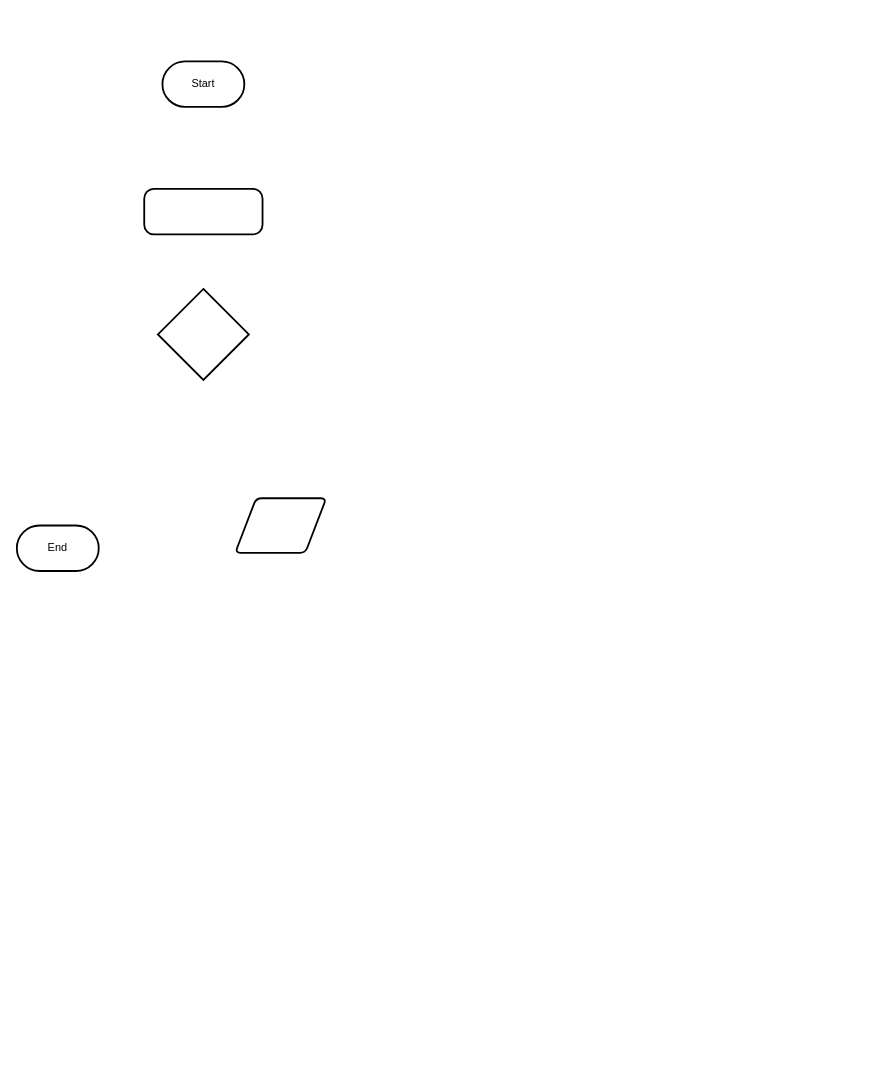
Above: design/Flowchart.drawio in Mikael-Amare/ICS4U-Unit3-05-MagicSquares (draw.io), before the change. Source tidied: cells renumbered, new cells numbered last; positions are measured from the earlier drawing's top-left corner, leaving out a move shared by most shapes. Both pictures are drawn from the tidied source at 91%, with x=0, y=0 at pixel (16, 61).
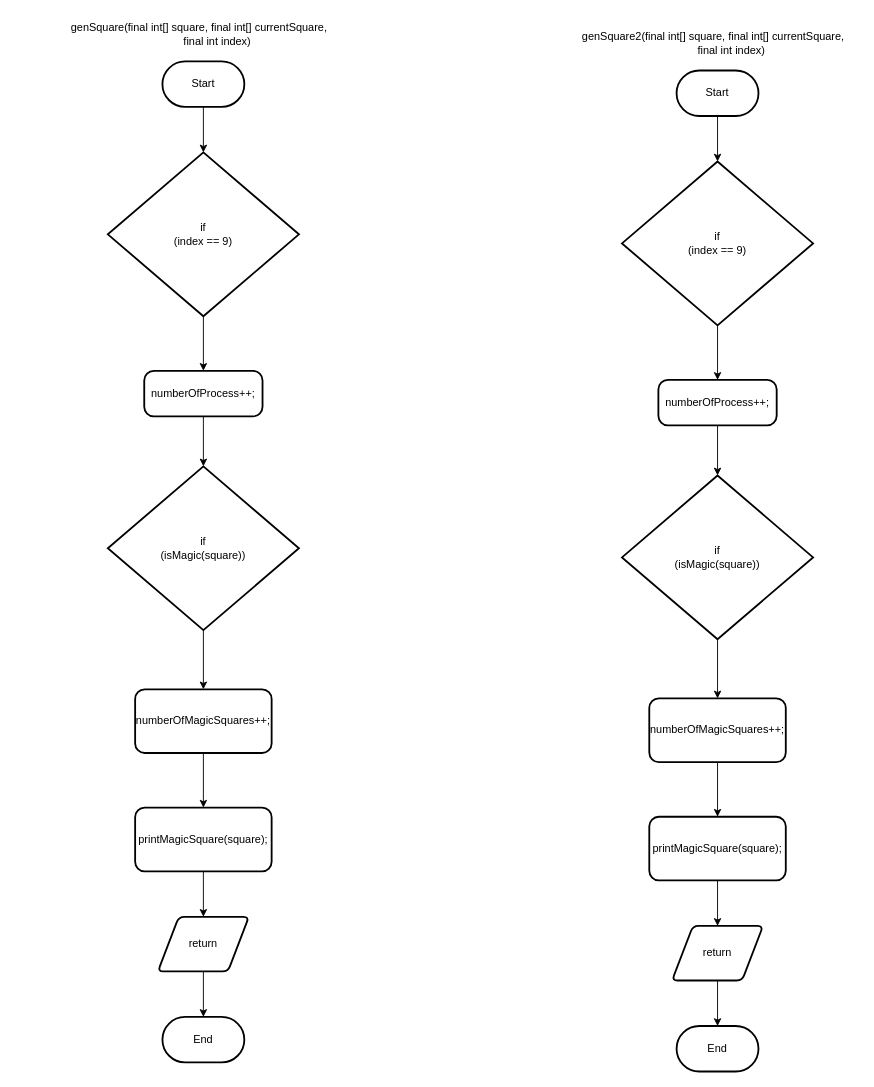
The same page after the edit.

Unchanged cells that the change refers to:
```xml
<mxCell id="3" value="Start" style="rounded=1;whiteSpace=wrap;html=1;absoluteArcSize=1;arcSize=100;strokeWidth=2;" parent="1" vertex="1">
  <mxGeometry x="160" width="90" height="50" as="geometry" />
</mxCell>
```

Diff of the diagram source:
```diff
@@
+    <mxCell id="7" style="edgeStyle=none;html=1;" parent="1" edge="1" source="2" target="5">
+      <mxGeometry relative="1" as="geometry" />
+    </mxCell>
-    <mxCell id="2" style="shape=parallelogram;html=1;strokeWidth=2;perimeter=parallelogramPerimeter;whiteSpace=wrap;rounded=1;arcSize=12;size=0.23;" parent="1" vertex="1">
-      <mxGeometry x="240" y="480" width="100" height="60" as="geometry" />
+    <mxCell id="2" value="return" style="shape=parallelogram;html=1;strokeWidth=2;perimeter=parallelogramPerimeter;whiteSpace=wrap;rounded=1;arcSize=12;size=0.23;" parent="1" vertex="1">
+      <mxGeometry x="155" y="940" width="100" height="60" as="geometry" />
     </mxCell>
+    <mxCell id="8" style="edgeStyle=none;html=1;" parent="1" edge="1" source="3" target="4">
+      <mxGeometry relative="1" as="geometry" />
+    </mxCell>
@@
+    <mxCell id="9" style="edgeStyle=none;html=1;" parent="1" edge="1" source="4" target="6">
+      <mxGeometry relative="1" as="geometry" />
+    </mxCell>
-    <mxCell id="4" style="strokeWidth=2;html=1;shape=mxgraph.flowchart.decision;whiteSpace=wrap;" parent="1" vertex="1">
-      <mxGeometry x="155" y="250" width="100" height="100" as="geometry" />
+    <mxCell id="4" value="if &lt;br&gt;(index == 9)" style="strokeWidth=2;html=1;shape=mxgraph.flowchart.decision;whiteSpace=wrap;" parent="1" vertex="1">
+      <mxGeometry x="100" y="100" width="210" height="180" as="geometry" />
     </mxCell>
     <mxCell id="5" value="End" style="rounded=1;whiteSpace=wrap;html=1;absoluteArcSize=1;arcSize=100;strokeWidth=2;" parent="1" vertex="1">
-      <mxGeometry y="510" width="90" height="50" as="geometry" />
+      <mxGeometry x="160" y="1050" width="90" height="50" as="geometry" />
     </mxCell>
+    <mxCell id="10" style="edgeStyle=none;html=1;" parent="1" edge="1" source="6" target="14">
+      <mxGeometry relative="1" as="geometry" />
+    </mxCell>
-    <mxCell id="6" style="rounded=1;whiteSpace=wrap;html=1;absoluteArcSize=1;arcSize=21;strokeWidth=2;" parent="1" vertex="1">
-      <mxGeometry x="140" y="140" width="130" height="50" as="geometry" />
+    <mxCell id="6" value="numberOfProcess++;" style="rounded=1;whiteSpace=wrap;html=1;absoluteArcSize=1;arcSize=21;strokeWidth=2;" parent="1" vertex="1">
+      <mxGeometry x="140" y="340" width="130" height="50" as="geometry" />
     </mxCell>
+    <mxCell id="11" style="edgeStyle=none;html=1;" parent="1" edge="1" source="12" target="16">
+      <mxGeometry relative="1" as="geometry" />
+    </mxCell>
+    <mxCell id="12" value="numberOfMagicSquares++;" style="rounded=1;whiteSpace=wrap;html=1;absoluteArcSize=1;arcSize=21;strokeWidth=2;" parent="1" vertex="1">
+      <mxGeometry x="130" y="690" width="150" height="70" as="geometry" />
+    </mxCell>
+    <mxCell id="13" style="edgeStyle=none;html=1;" parent="1" edge="1" source="14" target="12">
+      <mxGeometry relative="1" as="geometry" />
+    </mxCell>
+    <mxCell id="14" value="if &lt;br&gt;(isMagic(square))" style="strokeWidth=2;html=1;shape=mxgraph.flowchart.decision;whiteSpace=wrap;" parent="1" vertex="1">
+      <mxGeometry x="100" y="445" width="210" height="180" as="geometry" />
+    </mxCell>
+    <mxCell id="15" style="edgeStyle=none;html=1;" parent="1" edge="1" source="16" target="2">
+      <mxGeometry relative="1" as="geometry" />
+    </mxCell>
+    <mxCell id="16" value="printMagicSquare(square);" style="rounded=1;whiteSpace=wrap;html=1;absoluteArcSize=1;arcSize=21;strokeWidth=2;" parent="1" vertex="1">
+      <mxGeometry x="130" y="820" width="150" height="70" as="geometry" />
+    </mxCell>
+    <mxCell id="17" value="&lt;div&gt;genSquare(final int[] square, final int[] currentSquare,&lt;/div&gt;&lt;div&gt;&amp;nbsp; &amp;nbsp; &amp;nbsp; &amp;nbsp; &amp;nbsp; &amp;nbsp; final int index)&lt;/div&gt;" style="text;html=1;align=center;verticalAlign=middle;strokeColor=none;fillColor=none;" parent="1" vertex="1">
+      <mxGeometry x="45" y="-50" width="310" height="40" as="geometry" />
+    </mxCell>
+    <mxCell id="18" style="edgeStyle=none;html=1;" parent="1" edge="1" source="19" target="24">
+      <mxGeometry relative="1" as="geometry" />
+    </mxCell>
+    <mxCell id="19" value="return" style="shape=parallelogram;html=1;strokeWidth=2;perimeter=parallelogramPerimeter;whiteSpace=wrap;rounded=1;arcSize=12;size=0.23;" parent="1" vertex="1">
+      <mxGeometry x="720" y="950" width="100" height="60" as="geometry" />
+    </mxCell>
+    <mxCell id="20" style="edgeStyle=none;html=1;" parent="1" edge="1" source="21" target="23">
+      <mxGeometry relative="1" as="geometry" />
+    </mxCell>
+    <mxCell id="21" value="Start" style="rounded=1;whiteSpace=wrap;html=1;absoluteArcSize=1;arcSize=100;strokeWidth=2;" parent="1" vertex="1">
+      <mxGeometry x="725" y="10" width="90" height="50" as="geometry" />
+    </mxCell>
+    <mxCell id="22" style="edgeStyle=none;html=1;" parent="1" edge="1" source="23" target="26">
+      <mxGeometry relative="1" as="geometry" />
+    </mxCell>
+    <mxCell id="23" value="if &lt;br&gt;(index == 9)" style="strokeWidth=2;html=1;shape=mxgraph.flowchart.decision;whiteSpace=wrap;" parent="1" vertex="1">
+      <mxGeometry x="665" y="110" width="210" height="180" as="geometry" />
+    </mxCell>
+    <mxCell id="24" value="End" style="rounded=1;whiteSpace=wrap;html=1;absoluteArcSize=1;arcSize=100;strokeWidth=2;" parent="1" vertex="1">
+      <mxGeometry x="725" y="1060" width="90" height="50" as="geometry" />
+    </mxCell>
+    <mxCell id="25" style="edgeStyle=none;html=1;" parent="1" edge="1" source="26" target="30">
+      <mxGeometry relative="1" as="geometry" />
+    </mxCell>
+    <mxCell id="26" value="numberOfProcess++;" style="rounded=1;whiteSpace=wrap;html=1;absoluteArcSize=1;arcSize=21;strokeWidth=2;" parent="1" vertex="1">
+      <mxGeometry x="705" y="350" width="130" height="50" as="geometry" />
+    </mxCell>
+    <mxCell id="27" style="edgeStyle=none;html=1;" parent="1" edge="1" source="28" target="32">
+      <mxGeometry relative="1" as="geometry" />
+    </mxCell>
+    <mxCell id="28" value="numberOfMagicSquares++;" style="rounded=1;whiteSpace=wrap;html=1;absoluteArcSize=1;arcSize=21;strokeWidth=2;" parent="1" vertex="1">
+      <mxGeometry x="695" y="700" width="150" height="70" as="geometry" />
+    </mxCell>
+    <mxCell id="29" style="edgeStyle=none;html=1;" parent="1" edge="1" source="30" target="28">
+      <mxGeometry relative="1" as="geometry" />
+    </mxCell>
+    <mxCell id="30" value="if &lt;br&gt;(isMagic(square))" style="strokeWidth=2;html=1;shape=mxgraph.flowchart.decision;whiteSpace=wrap;" parent="1" vertex="1">
+      <mxGeometry x="665" y="455" width="210" height="180" as="geometry" />
+    </mxCell>
+    <mxCell id="31" style="edgeStyle=none;html=1;" parent="1" edge="1" source="32" target="19">
+      <mxGeometry relative="1" as="geometry" />
+    </mxCell>
+    <mxCell id="32" value="printMagicSquare(square);" style="rounded=1;whiteSpace=wrap;html=1;absoluteArcSize=1;arcSize=21;strokeWidth=2;" parent="1" vertex="1">
+      <mxGeometry x="695" y="830" width="150" height="70" as="geometry" />
+    </mxCell>
+    <mxCell id="33" value="&lt;div&gt;genSquare2(final int[] square, final int[] currentSquare,&lt;/div&gt;&lt;div&gt;&amp;nbsp; &amp;nbsp; &amp;nbsp; &amp;nbsp; &amp;nbsp; &amp;nbsp; final int index)&lt;/div&gt;" style="text;html=1;align=center;verticalAlign=middle;strokeColor=none;fillColor=none;" parent="1" vertex="1">
+      <mxGeometry x="605" y="-40" width="320" height="40" as="geometry" />
+    </mxCell>
```
